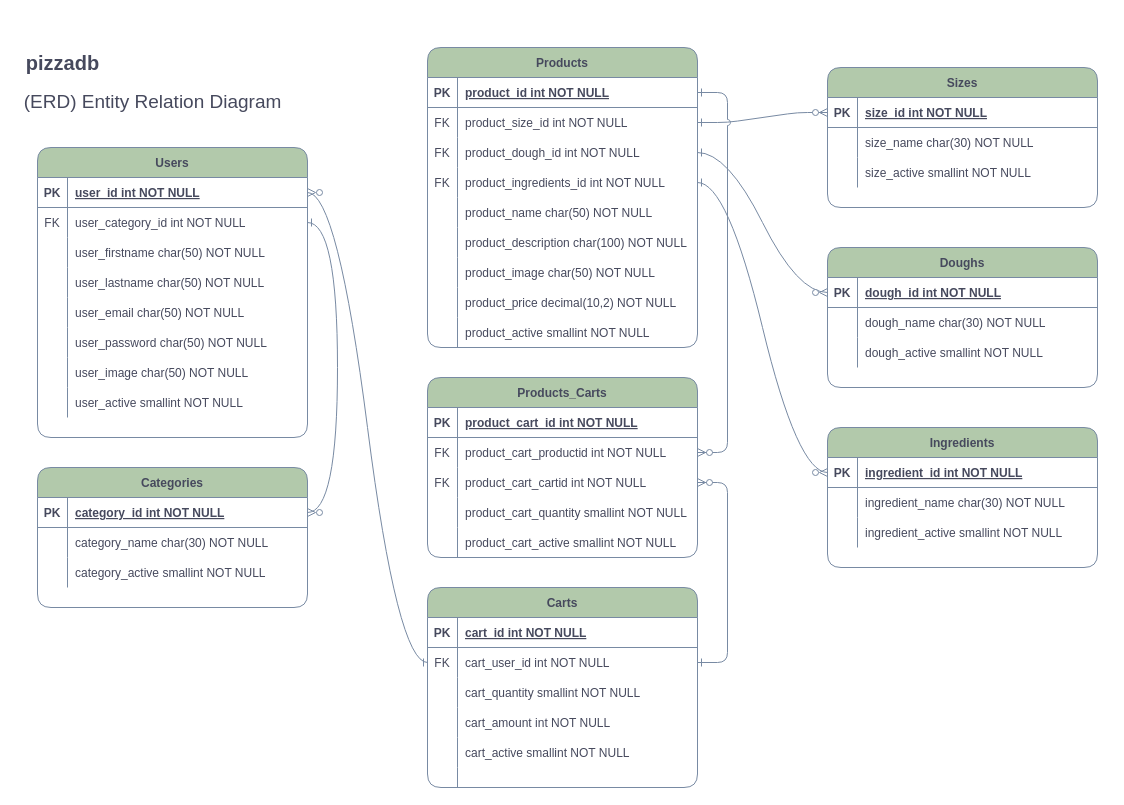
The draw.io diagram Docs/diagrams/erd/pizzadb_erd.drawio in fvignoles/grupo_05_e-pizza, before the edit. Source tidied: cells renumbered, new cells numbered last; positions are measured from the earlier drawing's top-left corner, leaving out a move shared by most shapes. Both pictures are drawn from the tidied source at 100%, with x=0, y=0 at pixel (17, 47).
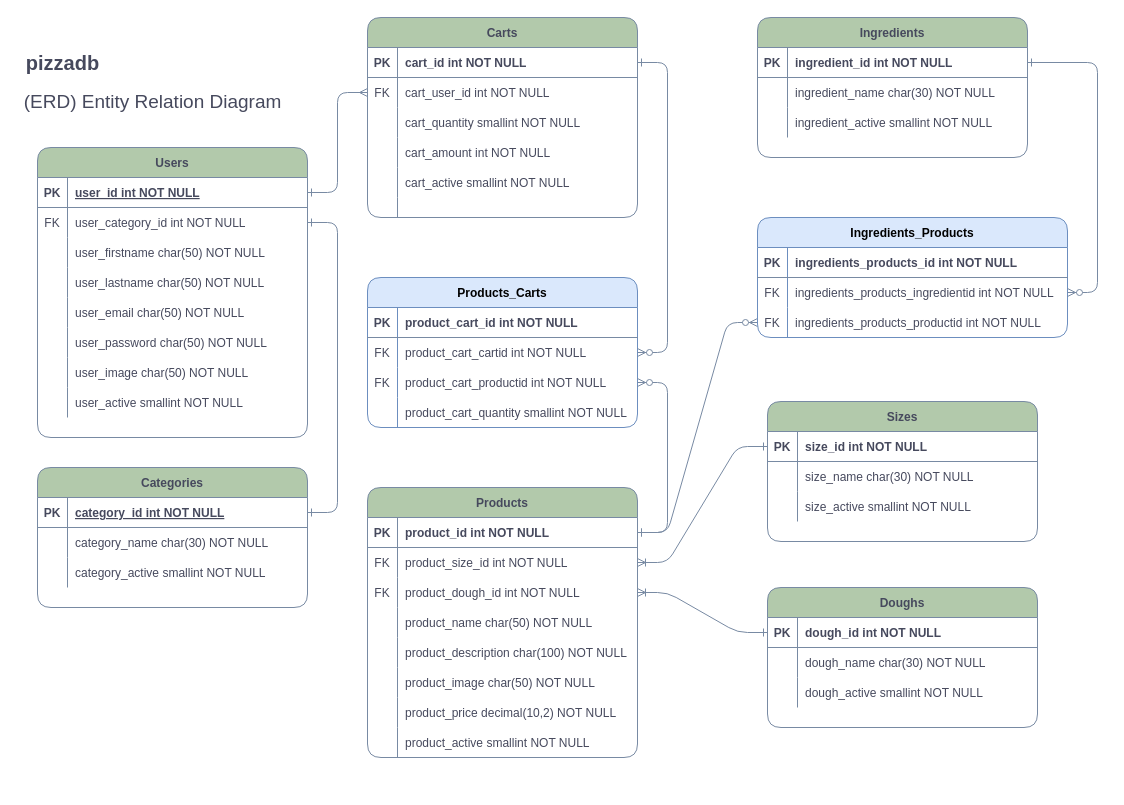
Above is the later version.

The change refers to these unchanged cells:
```xml
<mxCell id="4" style="shape=partialRectangle;fillColor=none;points=[[0,0.5],[1,0.5]];portConstraint=eastwest;top=0;left=0;right=0;bottom=1;rounded=1;strokeColor=#788AA3;fontColor=#46495D;" parent="3" vertex="1">
  <mxGeometry y="30" width="270" height="30" as="geometry" />
</mxCell>
<mxCell id="14" style="shape=partialRectangle;fillColor=none;points=[[0,0.5],[1,0.5]];portConstraint=eastwest;top=0;left=0;right=0;bottom=1;rounded=1;strokeColor=#788AA3;fontColor=#46495D;" parent="13" vertex="1">
  <mxGeometry y="30" width="270" height="30" as="geometry" />
</mxCell>
<mxCell id="17" style="shape=partialRectangle;fillColor=none;top=0;left=0;bottom=0;right=0;points=[[0,0.5],[1,0.5]];portConstraint=eastwest;rounded=1;strokeColor=#788AA3;fontColor=#46495D;" parent="13" vertex="1">
  <mxGeometry y="60" width="270" height="30" as="geometry" />
</mxCell>
<mxCell id="20" style="shape=partialRectangle;fillColor=none;top=0;left=0;bottom=0;right=0;points=[[0,0.5],[1,0.5]];portConstraint=eastwest;rounded=1;strokeColor=#788AA3;fontColor=#46495D;" parent="13" vertex="1">
  <mxGeometry y="90" width="270" height="30" as="geometry" />
</mxCell>
<mxCell id="44" style="shape=partialRectangle;fillColor=none;points=[[0,0.5],[1,0.5]];portConstraint=eastwest;top=0;left=0;right=0;bottom=1;rounded=1;strokeColor=#788AA3;fontColor=#46495D;" parent="43" vertex="1">
  <mxGeometry y="30" width="270" height="30" as="geometry" />
</mxCell>
<mxCell id="54" style="shape=partialRectangle;fillColor=none;points=[[0,0.5],[1,0.5]];portConstraint=eastwest;top=0;left=0;right=0;bottom=1;rounded=1;strokeColor=#788AA3;fontColor=#46495D;" parent="53" vertex="1">
  <mxGeometry y="30" width="270" height="30" as="geometry" />
</mxCell>
<mxCell id="65" style="shape=partialRectangle;fillColor=none;points=[[0,0.5],[1,0.5]];portConstraint=eastwest;top=0;left=0;right=0;bottom=1;rounded=1;strokeColor=#788AA3;fontColor=#46495D;" parent="64" vertex="1">
  <mxGeometry y="30" width="270" height="30" as="geometry" />
</mxCell>
<mxCell id="68" style="shape=partialRectangle;fillColor=none;top=0;left=0;bottom=0;right=0;points=[[0,0.5],[1,0.5]];portConstraint=eastwest;verticalAlign=middle;rounded=1;strokeColor=#788AA3;fontColor=#46495D;" parent="64" vertex="1">
  <mxGeometry y="60" width="270" height="30" as="geometry" />
</mxCell>
<mxCell id="90" style="shape=partialRectangle;fillColor=none;points=[[0,0.5],[1,0.5]];portConstraint=eastwest;top=0;left=0;right=0;bottom=1;rounded=1;strokeColor=#788AA3;fontColor=#46495D;" parent="89" vertex="1">
  <mxGeometry y="30" width="270" height="30" as="geometry" />
</mxCell>
<mxCell id="103" style="shape=partialRectangle;fillColor=none;points=[[0,0.5],[1,0.5]];portConstraint=eastwest;top=0;left=0;right=0;bottom=1;rounded=1;strokeColor=#788AA3;fontColor=#46495D;" parent="102" vertex="1">
  <mxGeometry y="30" width="270" height="30" as="geometry" />
</mxCell>
<mxCell id="106" style="shape=partialRectangle;fillColor=none;top=0;left=0;bottom=0;right=0;points=[[0,0.5],[1,0.5]];portConstraint=eastwest;verticalAlign=middle;rounded=1;strokeColor=#788AA3;fontColor=#46495D;" parent="102" vertex="1">
  <mxGeometry y="60" width="270" height="30" as="geometry" />
</mxCell>
<mxCell id="123" style="shape=partialRectangle;fillColor=none;top=0;left=0;right=0;bottom=1;rounded=1;strokeColor=#788AA3;fontColor=#46495D;" parent="122" vertex="1">
  <mxGeometry y="30" width="270" height="30" as="geometry" />
</mxCell>
```

Change to the diagram source:
```diff
@@
-    <mxCell id="2" style="edgeStyle=entityRelationEdgeStyle;endArrow=ERzeroToMany;startArrow=ERone;endFill=1;startFill=0;strokeColor=#788AA3;fontColor=#46495D;rounded=1;jumpStyle=arc;" parent="1" edge="1" source="17" target="4">
+    <mxCell id="2" style="edgeStyle=entityRelationEdgeStyle;endArrow=ERone;startArrow=ERoneToMany;endFill=0;startFill=0;strokeColor=#788AA3;fontColor=#46495D;rounded=1;jumpStyle=arc;" parent="1" edge="1" source="17" target="4">
       <mxGeometry relative="1" as="geometry" />
     </mxCell>
     <mxCell id="3" value="Sizes" style="shape=table;startSize=30;childLayout=tableLayout;rowLines=0;fontStyle=1;align=center;rounded=1;fillColor=#B2C9AB;strokeColor=#788AA3;fontColor=#46495D;" parent="1" vertex="1">
-      <mxGeometry x="810" y="20" width="270" height="140" as="geometry" />
+      <mxGeometry x="750" y="354" width="270" height="140" as="geometry" />
     </mxCell>
@@
-    <mxCell id="6" value="size_id int NOT NULL " style="shape=partialRectangle;overflow=hidden;fillColor=none;top=0;left=0;bottom=0;right=0;align=left;spacingLeft=6;fontStyle=5;rounded=1;strokeColor=#788AA3;fontColor=#46495D;" parent="4" vertex="1">
+    <mxCell id="6" value="size_id int NOT NULL " style="shape=partialRectangle;overflow=hidden;fillColor=none;top=0;left=0;bottom=0;right=0;align=left;spacingLeft=6;fontStyle=1;rounded=1;strokeColor=#788AA3;fontColor=#46495D;" parent="4" vertex="1">
       <mxGeometry x="30" width="240" height="30" as="geometry" />
     </mxCell>
@@
     <mxCell id="13" value="Products" style="shape=table;startSize=30;childLayout=tableLayout;rowLines=0;fontStyle=1;align=center;rounded=1;fillColor=#B2C9AB;strokeColor=#788AA3;fontColor=#46495D;" parent="1" vertex="1">
-      <mxGeometry x="410" width="270" height="300" as="geometry" />
+      <mxGeometry x="350" y="440" width="270" height="270" as="geometry" />
     </mxCell>
@@
-    <mxCell id="16" value="product_id int NOT NULL " style="shape=partialRectangle;overflow=hidden;fillColor=none;top=0;left=0;bottom=0;right=0;align=left;spacingLeft=6;fontStyle=5;rounded=1;strokeColor=#788AA3;fontColor=#46495D;" parent="14" vertex="1">
+    <mxCell id="16" value="product_id int NOT NULL " style="shape=partialRectangle;overflow=hidden;fillColor=none;top=0;left=0;bottom=0;right=0;align=left;spacingLeft=6;fontStyle=1;rounded=1;strokeColor=#788AA3;fontColor=#46495D;" parent="14" vertex="1">
       <mxGeometry x="30" width="240" height="30" as="geometry" />
     </mxCell>
@@
-    <mxCell id="23" style="shape=partialRectangle;fillColor=none;top=0;left=0;bottom=0;right=0;points=[[0,0.5],[1,0.5]];portConstraint=eastwest;rounded=1;strokeColor=#788AA3;fontColor=#46495D;" parent="13" vertex="1">
-      <mxGeometry y="120" width="270" height="30" as="geometry" />
-    </mxCell>
-    <mxCell id="24" value="FK" style="shape=partialRectangle;fillColor=none;top=0;left=0;bottom=0;right=0;fontStyle=0;overflow=hidden;rounded=1;strokeColor=#788AA3;fontColor=#46495D;" parent="23" vertex="1">
-      <mxGeometry width="30" height="30" as="geometry" />
-    </mxCell>
-    <mxCell id="25" value="product_ingredients_id int NOT NULL" style="shape=partialRectangle;fillColor=none;top=0;left=0;bottom=0;right=0;align=left;spacingLeft=6;fontStyle=0;overflow=hidden;rounded=1;strokeColor=#788AA3;fontColor=#46495D;" parent="23" vertex="1">
-      <mxGeometry x="30" width="240" height="30" as="geometry" />
-    </mxCell>
     <mxCell id="26" style="shape=partialRectangle;fillColor=none;top=0;left=0;bottom=0;right=0;rounded=1;strokeColor=#788AA3;fontColor=#46495D;" parent="13" vertex="1">
-      <mxGeometry y="150" width="270" height="30" as="geometry" />
+      <mxGeometry y="120" width="270" height="30" as="geometry" />
     </mxCell>
@@
     <mxCell id="29" style="shape=partialRectangle;fillColor=none;top=0;left=0;bottom=0;right=0;rounded=1;strokeColor=#788AA3;fontColor=#46495D;" parent="13" vertex="1">
-      <mxGeometry y="180" width="270" height="30" as="geometry" />
+      <mxGeometry y="150" width="270" height="30" as="geometry" />
     </mxCell>
@@
     <mxCell id="32" style="shape=partialRectangle;fillColor=none;top=0;left=0;bottom=0;right=0;rounded=1;strokeColor=#788AA3;fontColor=#46495D;" parent="13" vertex="1">
-      <mxGeometry y="210" width="270" height="30" as="geometry" />
+      <mxGeometry y="180" width="270" height="30" as="geometry" />
     </mxCell>
@@
     <mxCell id="35" style="shape=partialRectangle;fillColor=none;top=0;left=0;bottom=0;right=0;rounded=1;strokeColor=#788AA3;fontColor=#46495D;" parent="13" vertex="1">
-      <mxGeometry y="240" width="270" height="30" as="geometry" />
+      <mxGeometry y="210" width="270" height="30" as="geometry" />
     </mxCell>
@@
     <mxCell id="38" style="shape=partialRectangle;fillColor=none;top=0;left=0;bottom=0;right=0;rounded=1;strokeColor=#788AA3;fontColor=#46495D;" parent="13" vertex="1">
-      <mxGeometry y="270" width="270" height="30" as="geometry" />
+      <mxGeometry y="240" width="270" height="30" as="geometry" />
     </mxCell>
@@
-    <mxCell id="42" style="edgeStyle=entityRelationEdgeStyle;endArrow=ERzeroToMany;startArrow=ERone;endFill=1;startFill=0;curved=1;strokeColor=#788AA3;fontColor=#46495D;" parent="1" edge="1" source="20" target="44">
+    <mxCell id="42" style="edgeStyle=entityRelationEdgeStyle;endArrow=ERone;startArrow=ERoneToMany;endFill=0;startFill=0;strokeColor=#788AA3;fontColor=#46495D;rounded=1;jumpStyle=arc;" parent="1" edge="1" source="20" target="44">
       <mxGeometry relative="1" as="geometry" />
     </mxCell>
     <mxCell id="43" value="Doughs" style="shape=table;startSize=30;childLayout=tableLayout;rowLines=0;fontStyle=1;align=center;rounded=1;fillColor=#B2C9AB;strokeColor=#788AA3;fontColor=#46495D;" parent="1" vertex="1">
-      <mxGeometry x="810" y="200" width="270" height="140" as="geometry" />
+      <mxGeometry x="750" y="540" width="270" height="140" as="geometry" />
     </mxCell>
@@
-    <mxCell id="46" value="dough_id int NOT NULL " style="shape=partialRectangle;overflow=hidden;fillColor=none;top=0;left=0;bottom=0;right=0;align=left;spacingLeft=6;fontStyle=5;rounded=1;strokeColor=#788AA3;fontColor=#46495D;" parent="44" vertex="1">
+    <mxCell id="46" value="dough_id int NOT NULL " style="shape=partialRectangle;overflow=hidden;fillColor=none;top=0;left=0;bottom=0;right=0;align=left;spacingLeft=6;fontStyle=1;rounded=1;strokeColor=#788AA3;fontColor=#46495D;" parent="44" vertex="1">
       <mxGeometry x="30" width="240" height="30" as="geometry" />
     </mxCell>
@@
     <mxCell id="53" value="Ingredients" style="shape=table;startSize=30;childLayout=tableLayout;rowLines=0;fontStyle=1;align=center;rounded=1;fillColor=#B2C9AB;strokeColor=#788AA3;fontColor=#46495D;" parent="1" vertex="1">
-      <mxGeometry x="810" y="380" width="270" height="140" as="geometry" />
+      <mxGeometry x="740" y="-30" width="270" height="140" as="geometry" />
     </mxCell>
@@
-    <mxCell id="56" value="ingredient_id int NOT NULL " style="shape=partialRectangle;overflow=hidden;fillColor=none;top=0;left=0;bottom=0;right=0;align=left;spacingLeft=6;fontStyle=5;rounded=1;strokeColor=#788AA3;fontColor=#46495D;" parent="54" vertex="1">
+    <mxCell id="56" value="ingredient_id int NOT NULL " style="shape=partialRectangle;overflow=hidden;fillColor=none;top=0;left=0;bottom=0;right=0;align=left;spacingLeft=6;fontStyle=1;rounded=1;strokeColor=#788AA3;fontColor=#46495D;" parent="54" vertex="1">
       <mxGeometry x="30" width="240" height="30" as="geometry" />
     </mxCell>
@@
-    <mxCell id="63" style="edgeStyle=entityRelationEdgeStyle;endArrow=ERzeroToMany;startArrow=ERone;endFill=1;startFill=0;strokeColor=#788AA3;fontColor=#46495D;jumpStyle=arc;curved=1;" parent="1" edge="1" source="23" target="54">
+    <mxCell id="63" style="edgeStyle=entityRelationEdgeStyle;endArrow=ERzeroToMany;startArrow=ERone;endFill=1;startFill=0;strokeColor=#788AA3;fontColor=#46495D;jumpStyle=arc;rounded=1;" parent="1" edge="1" source="14" target="147">
       <mxGeometry relative="1" as="geometry" />
     </mxCell>
@@
-    <mxCell id="99" style="edgeStyle=entityRelationEdgeStyle;endArrow=ERzeroToMany;startArrow=ERone;endFill=1;startFill=0;curved=1;strokeColor=#788AA3;fontColor=#46495D;" parent="1" edge="1" source="68" target="90">
+    <mxCell id="99" style="edgeStyle=entityRelationEdgeStyle;endArrow=ERone;startArrow=ERone;endFill=0;startFill=0;strokeColor=#788AA3;fontColor=#46495D;rounded=1;jumpStyle=arc;" parent="1" edge="1" source="68" target="90">
       <mxGeometry relative="1" as="geometry" />
     </mxCell>
@@
     <mxCell id="102" value="Carts" style="shape=table;startSize=30;childLayout=tableLayout;rowLines=0;fontStyle=1;align=center;rounded=1;fillColor=#B2C9AB;strokeColor=#788AA3;fontColor=#46495D;" parent="1" vertex="1">
-      <mxGeometry x="410" y="540" width="270" height="200" as="geometry" />
+      <mxGeometry x="350" y="-30" width="270" height="200" as="geometry" />
     </mxCell>
@@
-    <mxCell id="105" value="cart_id int NOT NULL " style="shape=partialRectangle;overflow=hidden;fillColor=none;top=0;left=0;bottom=0;right=0;align=left;spacingLeft=6;fontStyle=5;rounded=1;strokeColor=#788AA3;fontColor=#46495D;" parent="103" vertex="1">
+    <mxCell id="105" value="cart_id int NOT NULL " style="shape=partialRectangle;overflow=hidden;fillColor=none;top=0;left=0;bottom=0;right=0;align=left;spacingLeft=6;fontStyle=1;rounded=1;strokeColor=#788AA3;fontColor=#46495D;" parent="103" vertex="1">
       <mxGeometry x="30" width="240" height="30" as="geometry" />
     </mxCell>
@@
-    <mxCell id="121" style="edgeStyle=entityRelationEdgeStyle;endArrow=ERzeroToMany;startArrow=ERone;endFill=1;startFill=0;curved=1;strokeColor=#788AA3;fontColor=#46495D;" parent="1" edge="1" source="106" target="65">
+    <mxCell id="121" style="edgeStyle=entityRelationEdgeStyle;endArrow=ERmany;startArrow=ERone;endFill=0;startFill=0;strokeColor=#788AA3;fontColor=#46495D;rounded=1;jumpStyle=arc;" parent="1" edge="1" source="65" target="106">
       <mxGeometry relative="1" as="geometry" />
     </mxCell>
-    <mxCell id="122" value="Products_Carts" style="shape=table;startSize=30;childLayout=tableLayout;rowLines=0;fontStyle=1;align=center;rounded=1;fillColor=#B2C9AB;strokeColor=#788AA3;fontColor=#46495D;" parent="1" vertex="1">
-      <mxGeometry x="410" y="330" width="270" height="180" as="geometry" />
+    <mxCell id="122" value="Products_Carts" style="shape=table;startSize=30;childLayout=tableLayout;rowLines=0;fontStyle=1;align=center;rounded=1;fillColor=#dae8fc;strokeColor=#6c8ebf;" parent="1" vertex="1">
+      <mxGeometry x="350" y="230" width="270" height="150" as="geometry" />
     </mxCell>
@@
-    <mxCell id="125" value="product_cart_id int NOT NULL " style="shape=partialRectangle;overflow=hidden;fillColor=none;top=0;left=0;bottom=0;right=0;align=left;spacingLeft=6;fontStyle=5;rounded=1;strokeColor=#788AA3;fontColor=#46495D;" parent="123" vertex="1">
+    <mxCell id="125" value="product_cart_id int NOT NULL " style="shape=partialRectangle;overflow=hidden;fillColor=none;top=0;left=0;bottom=0;right=0;align=left;spacingLeft=6;fontStyle=1;rounded=1;strokeColor=#788AA3;fontColor=#46495D;" parent="123" vertex="1">
       <mxGeometry x="30" width="240" height="30" as="geometry" />
     </mxCell>
+    <mxCell id="129" style="shape=partialRectangle;fillColor=none;top=0;left=0;bottom=0;right=0;points=[[0,0.5],[1,0.5]];portConstraint=eastwest;verticalAlign=middle;rounded=1;strokeColor=#788AA3;fontColor=#46495D;" parent="122" vertex="1">
+      <mxGeometry y="60" width="270" height="30" as="geometry" />
+    </mxCell>
+    <mxCell id="130" value="FK" style="shape=partialRectangle;fillColor=none;top=0;left=0;bottom=0;right=0;fontStyle=0;overflow=hidden;verticalAlign=middle;rounded=1;strokeColor=#788AA3;fontColor=#46495D;" parent="129" vertex="1">
+      <mxGeometry width="30" height="30" as="geometry" />
+    </mxCell>
+    <mxCell id="131" value="product_cart_cartid int NOT NULL" style="shape=partialRectangle;fillColor=none;top=0;left=0;bottom=0;right=0;align=left;spacingLeft=6;fontStyle=0;overflow=hidden;rounded=1;strokeColor=#788AA3;fontColor=#46495D;" parent="129" vertex="1">
+      <mxGeometry x="30" width="240" height="30" as="geometry" />
+    </mxCell>
     <mxCell id="126" style="shape=partialRectangle;fillColor=none;top=0;left=0;bottom=0;right=0;points=[[0,0.5],[1,0.5]];portConstraint=eastwest;rounded=0;sketch=0;fontSize=12;fontColor=#46495D;strokeColor=#788AA3;" parent="122" vertex="1">
-      <mxGeometry y="60" width="270" height="30" as="geometry" />
+      <mxGeometry y="90" width="270" height="30" as="geometry" />
     </mxCell>
@@
-    <mxCell id="129" style="shape=partialRectangle;fillColor=none;top=0;left=0;bottom=0;right=0;points=[[0,0.5],[1,0.5]];portConstraint=eastwest;verticalAlign=middle;rounded=1;strokeColor=#788AA3;fontColor=#46495D;" parent="122" vertex="1">
-      <mxGeometry y="90" width="270" height="30" as="geometry" />
-    </mxCell>
-    <mxCell id="130" value="FK" style="shape=partialRectangle;fillColor=none;top=0;left=0;bottom=0;right=0;fontStyle=0;overflow=hidden;verticalAlign=middle;rounded=1;strokeColor=#788AA3;fontColor=#46495D;" parent="129" vertex="1">
-      <mxGeometry width="30" height="30" as="geometry" />
-    </mxCell>
-    <mxCell id="131" value="product_cart_cartid int NOT NULL" style="shape=partialRectangle;fillColor=none;top=0;left=0;bottom=0;right=0;align=left;spacingLeft=6;fontStyle=0;overflow=hidden;rounded=1;strokeColor=#788AA3;fontColor=#46495D;" parent="129" vertex="1">
-      <mxGeometry x="30" width="240" height="30" as="geometry" />
-    </mxCell>
@@
-    <mxCell id="135" style="shape=partialRectangle;fillColor=none;top=0;left=0;bottom=0;right=0;rounded=0;sketch=0;fontSize=12;fontColor=#46495D;strokeColor=#788AA3;" parent="122" vertex="1">
-      <mxGeometry y="150" width="270" height="30" as="geometry" />
-    </mxCell>
-    <mxCell id="136" style="shape=partialRectangle;fillColor=none;top=0;left=0;bottom=0;right=0;overflow=hidden;rounded=0;sketch=0;fontSize=12;fontColor=#46495D;strokeColor=#788AA3;" parent="135" vertex="1">
-      <mxGeometry width="30" height="30" as="geometry" />
-    </mxCell>
-    <mxCell id="137" value="product_cart_active smallint NOT NULL" style="shape=partialRectangle;fillColor=none;top=0;left=0;bottom=0;right=0;align=left;spacingLeft=6;overflow=hidden;rounded=0;sketch=0;fontSize=12;fontColor=#46495D;strokeColor=#788AA3;" parent="135" vertex="1">
-      <mxGeometry x="30" width="240" height="30" as="geometry" />
-    </mxCell>
-    <mxCell id="138" style="edgeStyle=entityRelationEdgeStyle;endArrow=ERzeroToMany;startArrow=ERone;endFill=1;startFill=0;strokeColor=#788AA3;fontColor=#46495D;rounded=1;" parent="1" edge="1" source="106" target="129">
+    <mxCell id="138" style="edgeStyle=entityRelationEdgeStyle;endArrow=ERzeroToMany;startArrow=ERone;endFill=1;startFill=0;strokeColor=#788AA3;fontColor=#46495D;rounded=1;" parent="1" edge="1" source="103" target="129">
       <mxGeometry relative="1" as="geometry" />
     </mxCell>
@@
+    <mxCell id="140" value="Ingredients_Products" style="shape=table;startSize=30;childLayout=tableLayout;rowLines=0;fontStyle=1;align=center;rounded=1;fillColor=#dae8fc;strokeColor=#6c8ebf;" parent="1" vertex="1">
+      <mxGeometry x="740" y="170" width="310" height="120" as="geometry" />
+    </mxCell>
+    <mxCell id="141" style="shape=partialRectangle;fillColor=none;top=0;left=0;right=0;bottom=1;rounded=1;strokeColor=#788AA3;fontColor=#46495D;" parent="140" vertex="1">
+      <mxGeometry y="30" width="310" height="30" as="geometry" />
+    </mxCell>
+    <mxCell id="142" value="PK" style="shape=partialRectangle;overflow=hidden;fillColor=none;top=0;left=0;bottom=0;right=0;fontStyle=1;rounded=1;strokeColor=#788AA3;fontColor=#46495D;" parent="141" vertex="1">
+      <mxGeometry width="30" height="30" as="geometry" />
+    </mxCell>
+    <mxCell id="143" value="ingredients_products_id int NOT NULL" style="shape=partialRectangle;overflow=hidden;fillColor=none;top=0;left=0;bottom=0;right=0;align=left;spacingLeft=6;fontStyle=1;rounded=1;strokeColor=#788AA3;fontColor=#46495D;" parent="141" vertex="1">
+      <mxGeometry x="30" width="280" height="30" as="geometry" />
+    </mxCell>
+    <mxCell id="144" style="shape=partialRectangle;fillColor=none;top=0;left=0;bottom=0;right=0;points=[[0,0.5],[1,0.5]];portConstraint=eastwest;verticalAlign=middle;rounded=1;strokeColor=#788AA3;fontColor=#46495D;" parent="140" vertex="1">
+      <mxGeometry y="60" width="310" height="30" as="geometry" />
+    </mxCell>
+    <mxCell id="145" value="FK" style="shape=partialRectangle;fillColor=none;top=0;left=0;bottom=0;right=0;fontStyle=0;overflow=hidden;verticalAlign=middle;rounded=1;strokeColor=#788AA3;fontColor=#46495D;" parent="144" vertex="1">
+      <mxGeometry width="30" height="30" as="geometry" />
+    </mxCell>
+    <mxCell id="146" value="ingredients_products_ingredientid int NOT NULL" style="shape=partialRectangle;fillColor=none;top=0;left=0;bottom=0;right=0;align=left;spacingLeft=6;fontStyle=0;overflow=hidden;rounded=1;strokeColor=#788AA3;fontColor=#46495D;" parent="144" vertex="1">
+      <mxGeometry x="30" width="280" height="30" as="geometry" />
+    </mxCell>
+    <mxCell id="147" style="shape=partialRectangle;fillColor=none;top=0;left=0;bottom=0;right=0;points=[[0,0.5],[1,0.5]];portConstraint=eastwest;rounded=0;sketch=0;fontSize=12;fontColor=#46495D;strokeColor=#788AA3;" parent="140" vertex="1">
+      <mxGeometry y="90" width="310" height="30" as="geometry" />
+    </mxCell>
+    <mxCell id="148" value="FK" style="shape=partialRectangle;fillColor=none;top=0;left=0;bottom=0;right=0;fontStyle=0;overflow=hidden;rounded=0;sketch=0;fontSize=12;fontColor=#46495D;strokeColor=#788AA3;" parent="147" vertex="1">
+      <mxGeometry width="30" height="30" as="geometry" />
+    </mxCell>
+    <mxCell id="149" value="ingredients_products_productid int NOT NULL" style="shape=partialRectangle;fillColor=none;top=0;left=0;bottom=0;right=0;align=left;spacingLeft=6;fontStyle=0;overflow=hidden;rounded=0;sketch=0;fontSize=12;fontColor=#46495D;strokeColor=#788AA3;" parent="147" vertex="1">
+      <mxGeometry x="30" width="280" height="30" as="geometry" />
+    </mxCell>
+    <mxCell id="150" style="edgeStyle=entityRelationEdgeStyle;endArrow=ERzeroToMany;startArrow=ERone;endFill=1;startFill=0;strokeColor=#788AA3;fontColor=#46495D;jumpStyle=arc;rounded=1;" parent="1" edge="1" source="54" target="144">
+      <mxGeometry relative="1" as="geometry" />
+    </mxCell>
```
